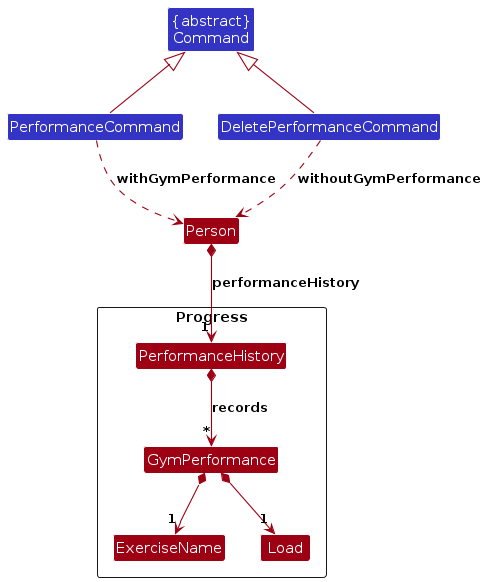
Before: diagrams/PerformanceModelClassDiagram.png, a diagram exported from PlantUML (AY2627S1-CS2103T-F14a-2/tp). Its source is kept beside it as diagrams/PerformanceModelClassDiagram.puml. The source it was exported from:
```plantuml
@startuml
!include style.puml
skinparam arrowThickness 1.1
skinparam arrowColor MODEL_COLOR
skinparam classBackgroundColor MODEL_COLOR

Package Progress as ProgressPackage <<Rectangle>>{
Class PerformanceHistory
Class GymPerformance
Class ExerciseName
Class Load
}

Class Person
Class "{abstract}\nCommand" as Command LOGIC_COLOR
Class PerformanceCommand LOGIC_COLOR
Class DeletePerformanceCommand LOGIC_COLOR

Person *--> "1" PerformanceHistory : performanceHistory
PerformanceHistory *--> "*" GymPerformance : records
GymPerformance *--> "1" ExerciseName
GymPerformance *--> "1" Load

PerformanceCommand -up-|> Command
DeletePerformanceCommand -up-|> Command
PerformanceCommand ..> Person : withGymPerformance
DeletePerformanceCommand ..> Person : withoutGymPerformance
@enduml
```
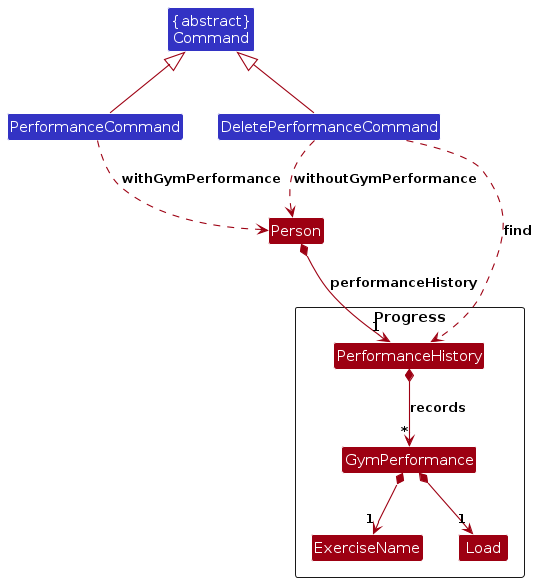
Above is the later version.

What changed in the source:
```diff
@@ -25,4 +25,5 @@
 DeletePerformanceCommand -up-|> Command
 PerformanceCommand ..> Person : withGymPerformance
 DeletePerformanceCommand ..> Person : withoutGymPerformance
+DeletePerformanceCommand ..> PerformanceHistory : find
 @enduml
```
